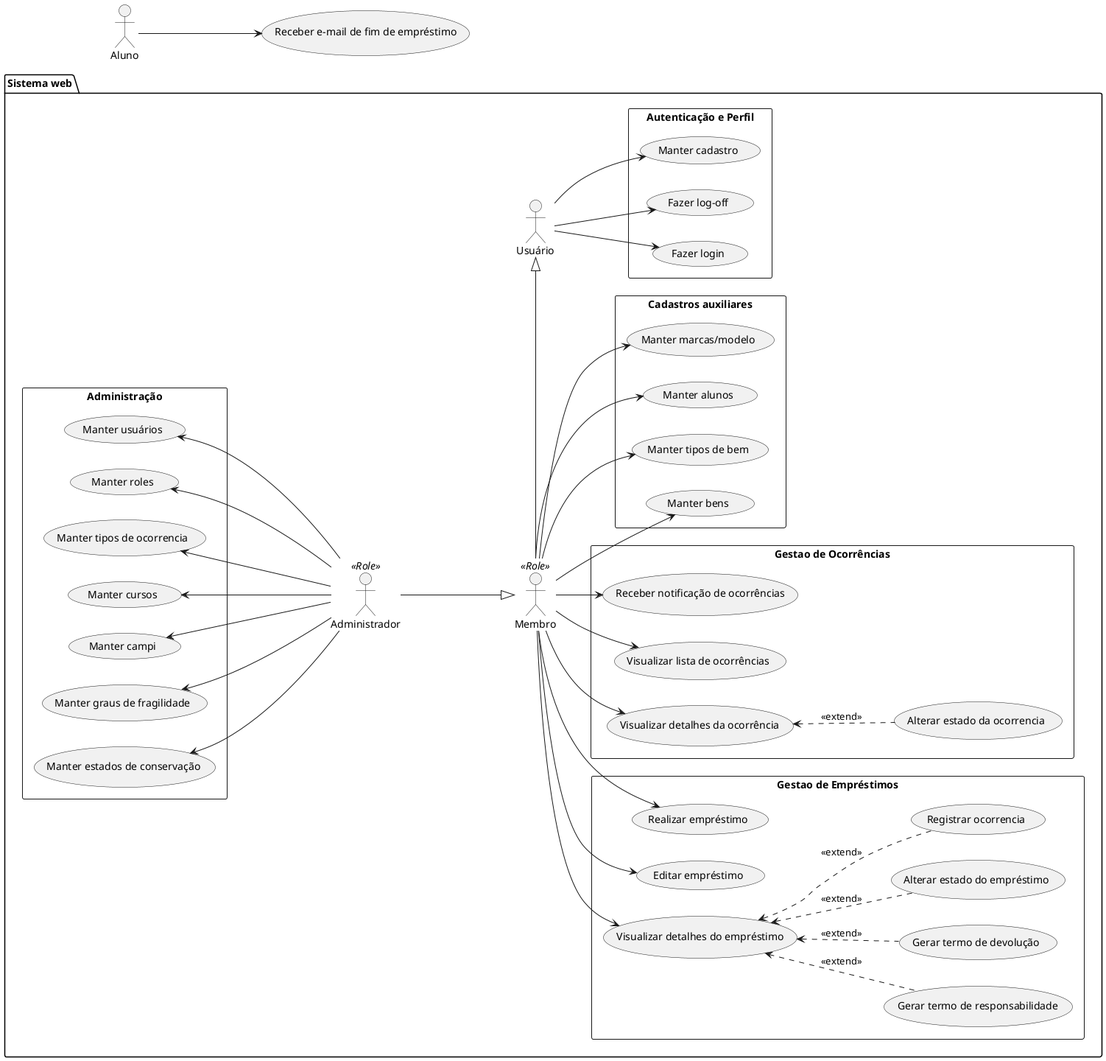
Before: resources/usecases.png, a diagram exported from PlantUML (kavvata/sigemp). The source it was exported from:
```plantuml
@startuml usecases
  left to right direction

  package "Sistema web" {
    :Usuário: as user
    :Membro: as membro <<Role>>
    :Administrador: as admin <<Role>>

    rectangle "Autenticação e Perfil" {
        user -r-> (Fazer login)
        user --> (Fazer log-off)
        user --> (Manter cadastro)
    }

    membro -r-|> user
    rectangle "Gestao de Empréstimos" {
        "Visualizar detalhes do empréstimo" as (empdetail)
        membro --> empdetail
        membro --> (Editar empréstimo)
        membro --> (Realizar empréstimo)
        empdetail <.. (Gerar termo de responsabilidade) : <<extend>>
        empdetail <.. (Gerar termo de devolução) : <<extend>>
        empdetail <.. (Alterar estado do empréstimo) : <<extend>>
        empdetail <.. (Registrar ocorrencia) : <<extend>>
    }

    rectangle "Gestao de Ocorrências" {
        "Visualizar detalhes da ocorrência" as (occdetail)
        membro --> (Visualizar lista de ocorrências)
        membro --> occdetail
        membro --> (Receber notificação de ocorrências)
        occdetail <.. (Alterar estado da ocorrencia) : <<extend>>
    }

    rectangle "Cadastros auxiliares" {
        membro --> (Manter bens)
        membro --> (Manter tipos de bem)
        membro --> (Manter alunos)
        membro --> (Manter marcas/modelo)
    }


    rectangle "Administração" {
        admin -d-|> membro
        admin -u-> (Manter usuários)
        admin -u-> (Manter roles)
        admin -u-> (Manter tipos de ocorrencia)
        admin -u-> (Manter cursos)
        admin -u-> (Manter campi)
        admin -u-> (Manter graus de fragilidade)
        admin -u-> (Manter estados de conservação)
    }
  }

  :Aluno: as aluno
  aluno --> (Receber e-mail de fim de empréstimo)
@enduml
```
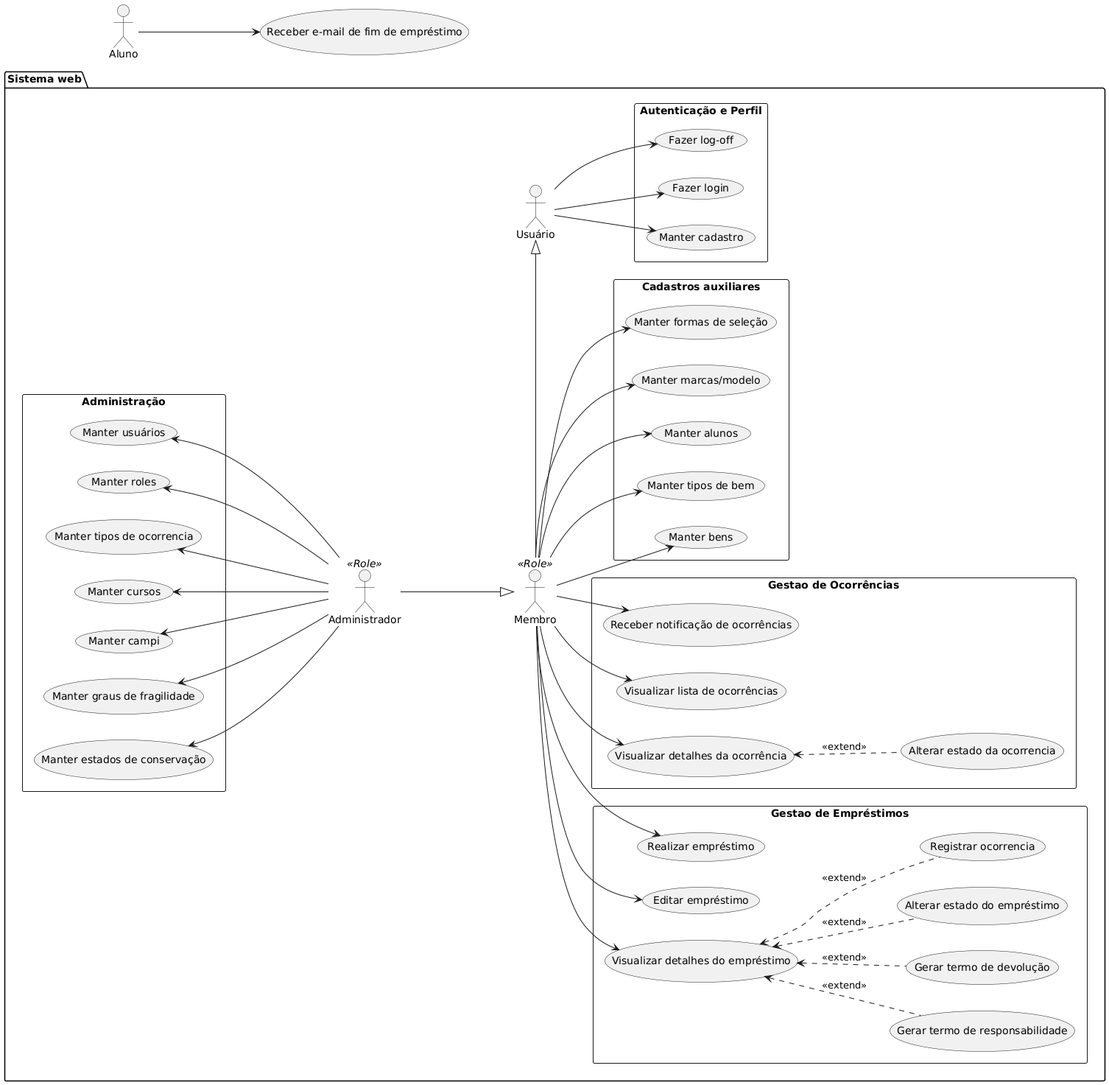
Above is the later version.

Commit message:
docs(uml): atualização de diagramas

The edit, as a diff of the source:
```diff
@@ -1,5 +1,5 @@
-@startuml usecases
-  left to right direction
+@startuml
+left to right direction
 
   package "Sistema web" {
     :Usuário: as user
@@ -37,6 +37,7 @@
         membro --> (Manter tipos de bem)
         membro --> (Manter alunos)
         membro --> (Manter marcas/modelo)
+        membro --> (Manter formas de seleção)
     }
 
 
```
